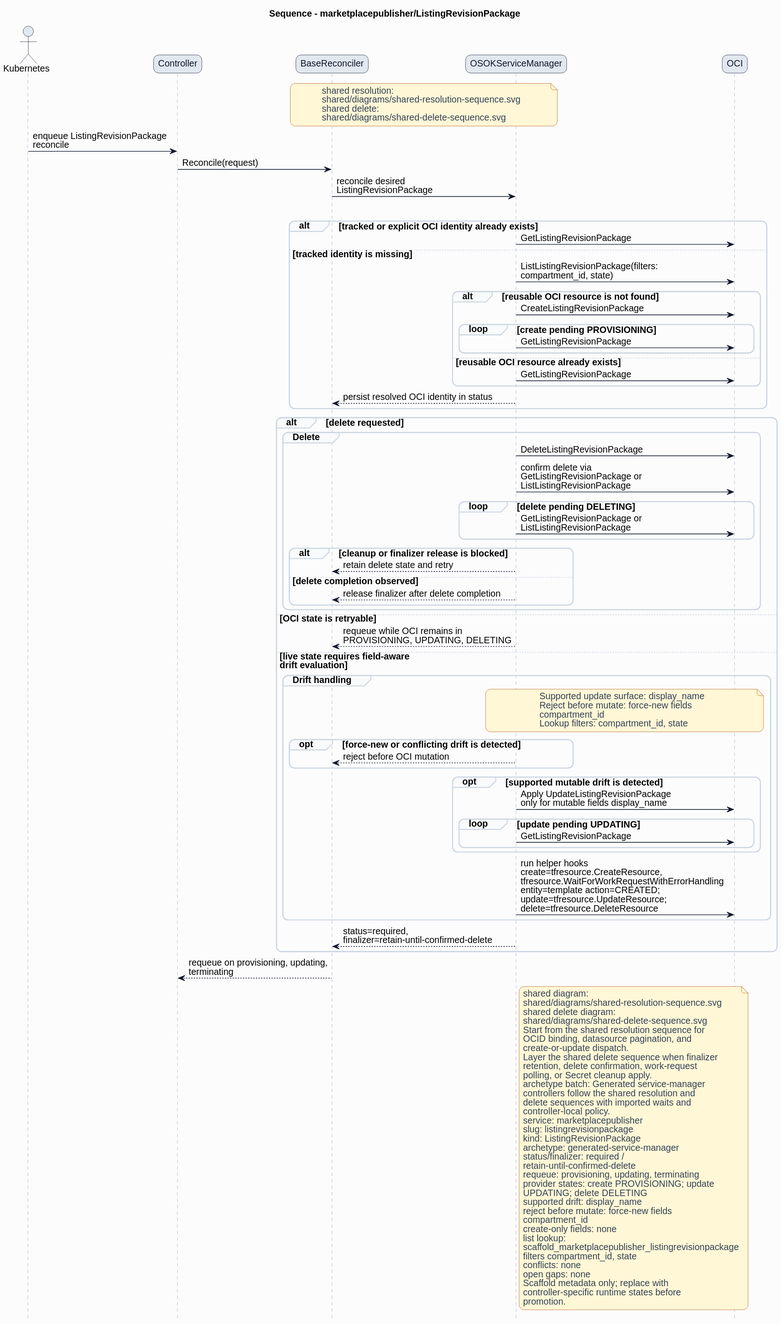
Earlier version of the PlantUML export formal/controllers/marketplacepublisher/listingrevisionpackage/diagrams/sequence.svg (HaoyL666/oci-service-operator).
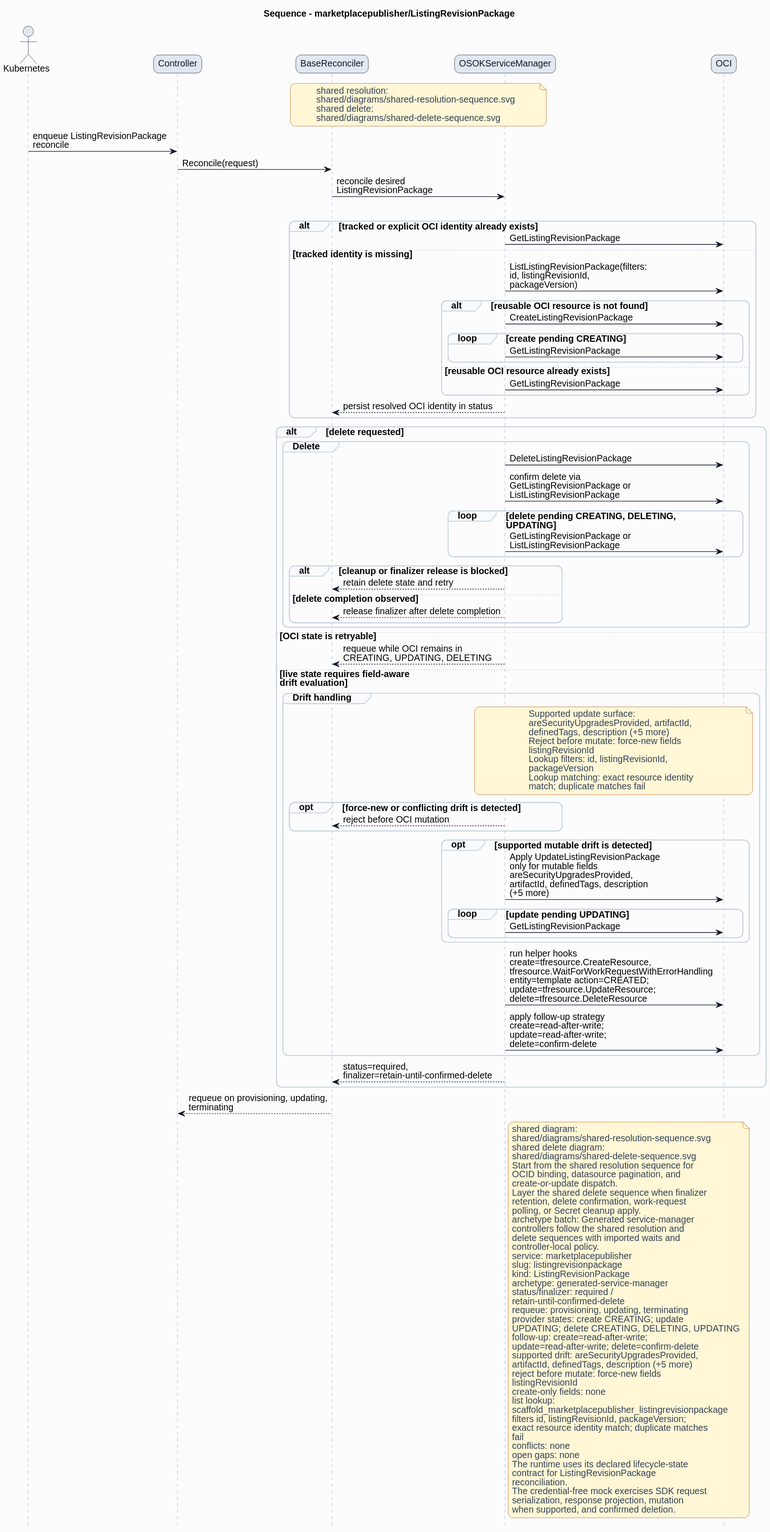
After the commit.

Change to the diagram source:
```diff
@@ -38,10 +38,10 @@
 alt tracked or explicit OCI identity already exists
 ServiceManager -> OCI: GetListingRevisionPackage
 else tracked identity is missing
-ServiceManager -> OCI: ListListingRevisionPackage(filters:\ncompartment_id, state)
+ServiceManager -> OCI: ListListingRevisionPackage(filters:\nid, listingRevisionId,\npackageVersion)
 alt reusable OCI resource is not found
 ServiceManager -> OCI: CreateListingRevisionPackage
-loop create pending PROVISIONING
+loop create pending CREATING
 ServiceManager -> OCI: GetListingRevisionPackage
 end
 else reusable OCI resource already exists
@@ -53,7 +53,7 @@
 group Delete
 ServiceManager -> OCI: DeleteListingRevisionPackage
 ServiceManager -> OCI: confirm delete via\nGetListingRevisionPackage or\nListListingRevisionPackage
-loop delete pending DELETING
+loop delete pending CREATING, DELETING,\nUPDATING
 ServiceManager -> OCI: GetListingRevisionPackage or\nListListingRevisionPackage
 end
 alt cleanup or finalizer release is blocked
@@ -63,25 +63,31 @@
 end
 end
 else OCI state is retryable
-ServiceManager --> BaseReconciler: requeue while OCI remains in\nPROVISIONING, UPDATING, DELETING
+ServiceManager --> BaseReconciler: requeue while OCI remains in\nCREATING, UPDATING, DELETING
 else live state requires field-aware\ndrift evaluation
 group Drift handling
 note over ServiceManager,OCI
-Supported update surface: display_name
+Supported update surface:
+areSecurityUpgradesProvided, artifactId,
+definedTags, description (+5 more)
 Reject before mutate: force-new fields
-compartment_id
-Lookup filters: compartment_id, state
+listingRevisionId
+Lookup filters: id, listingRevisionId,
+packageVersion
+Lookup matching: exact resource identity
+match; duplicate matches fail
 end note
 opt force-new or conflicting drift is detected
 ServiceManager --> BaseReconciler: reject before OCI mutation
 end
 opt supported mutable drift is detected
-ServiceManager -> OCI: Apply UpdateListingRevisionPackage\nonly for mutable fields display_name
+ServiceManager -> OCI: Apply UpdateListingRevisionPackage\nonly for mutable fields\nareSecurityUpgradesProvided,\nartifactId, definedTags, description\n(+5 more)
 loop update pending UPDATING
 ServiceManager -> OCI: GetListingRevisionPackage
 end
 end
 ServiceManager -> OCI: run helper hooks\ncreate=tfresource.CreateResource,\ntfresource.WaitForWorkRequestWithErrorHandling\nentity=template action=CREATED;\nupdate=tfresource.UpdateResource;\ndelete=tfresource.DeleteResource
+ServiceManager -> OCI: apply follow-up strategy\ncreate=read-after-write;\nupdate=read-after-write;\ndelete=confirm-delete
 end
 ServiceManager --> BaseReconciler: status=required,\nfinalizer=retain-until-confirmed-delete
 end
@@ -108,19 +114,27 @@
 status/finalizer: required /
 retain-until-confirmed-delete
 requeue: provisioning, updating, terminating
-provider states: create PROVISIONING; update
-UPDATING; delete DELETING
-supported drift: display_name
+provider states: create CREATING; update
+UPDATING; delete CREATING, DELETING, UPDATING
+follow-up: create=read-after-write;
+update=read-after-write; delete=confirm-delete
+supported drift: areSecurityUpgradesProvided,
+artifactId, definedTags, description (+5 more)
 reject before mutate: force-new fields
-compartment_id
+listingRevisionId
 create-only fields: none
 list lookup:
 scaffold_marketplacepublisher_listingrevisionpackage
-filters compartment_id, state
+filters id, listingRevisionId, packageVersion;
+exact resource identity match; duplicate matches
+fail
 conflicts: none
 open gaps: none
-Scaffold metadata only; replace with
-controller-specific runtime states before
-promotion.
+The runtime uses its declared lifecycle-state
+contract for ListingRevisionPackage
+reconciliation.
+The credential-free mock exercises SDK request
+serialization, response projection, mutation
+when supported, and confirmed deletion.
 end note
 @enduml
```
